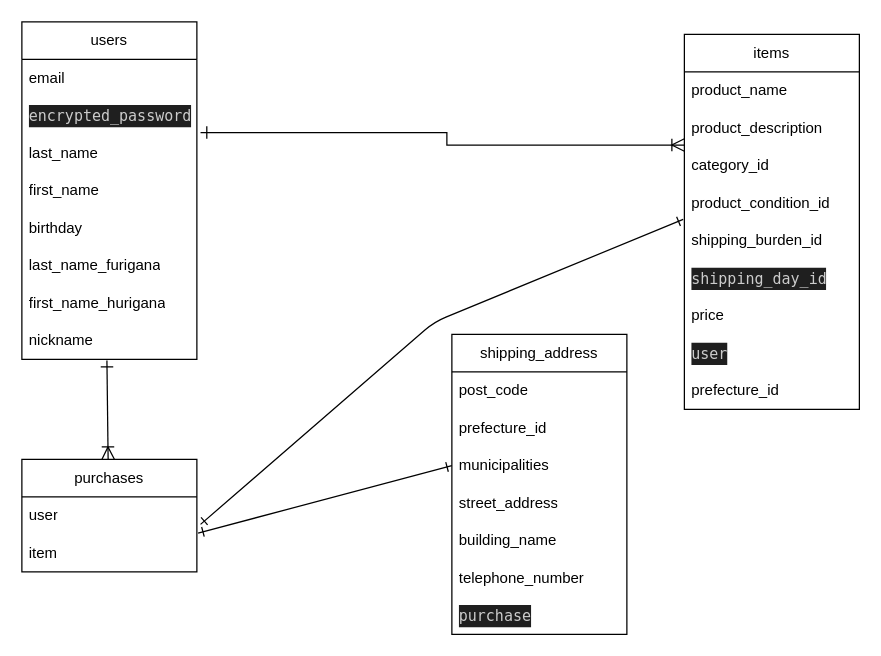
Before: app/views/test.dio in nagano19840910/furima-40222, a draw.io diagram. Source tidied: cells renumbered, new cells numbered last; positions are measured from the earlier drawing's top-left corner, leaving out a move shared by most shapes. Both pictures are drawn from the tidied source at 125%, with x=0, y=0 at pixel (21, 21).
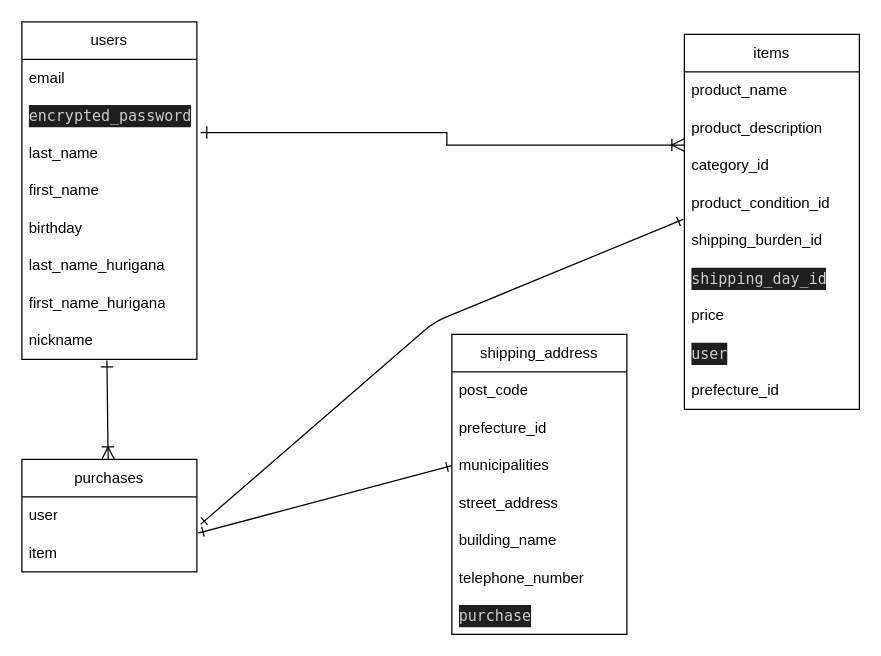
The same page after the edit.

Unchanged cells that the change refers to:
```xml
<mxCell id="2" value="users" style="swimlane;fontStyle=0;horizontal=1;startSize=30;whiteSpace=wrap;html=1;" parent="1" vertex="1">
  <mxGeometry width="140" height="270" as="geometry" />
</mxCell>
```

The edit, as a diff of the source:
```diff
@@
-    <mxCell id="8" value="last_name_furigana" style="text;strokeColor=none;fillColor=none;align=left;verticalAlign=middle;spacingLeft=4;spacingRight=4;overflow=hidden;whiteSpace=wrap;html=1;" parent="2" vertex="1">
+    <mxCell id="8" value="last_name_hurigana" style="text;strokeColor=none;fillColor=none;align=left;verticalAlign=middle;spacingLeft=4;spacingRight=4;overflow=hidden;whiteSpace=wrap;html=1;" parent="2" vertex="1">
       <mxGeometry y="180" width="140" height="30" as="geometry" />
     </mxCell>
```
